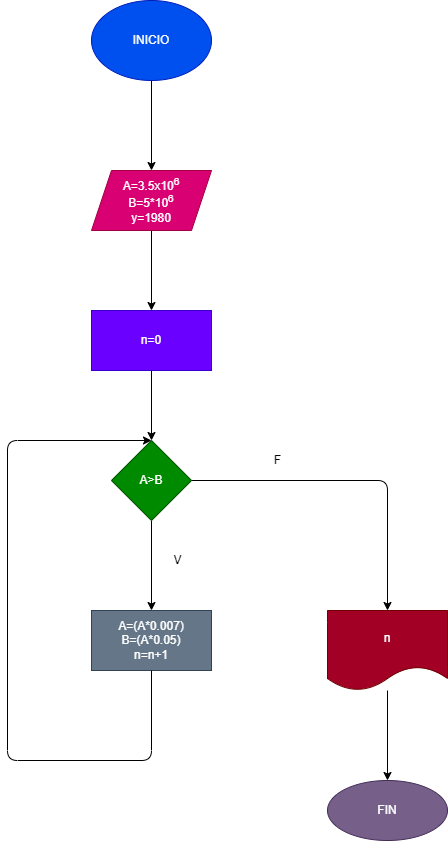
MiguelMurillo07/Tasa-de-crecimiento keeps this draw.io diagram as diagrama.png. Above is the earlier version. Source tidied: cells renumbered, new cells last; positions are measured from the earlier drawing's top-left corner, leaving out a move shared by most shapes.
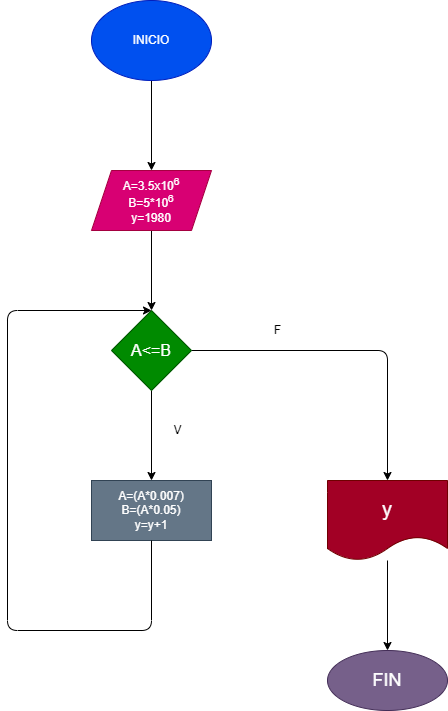
Later version of the same file.

Change to the diagram source:
```diff
@@ -6,20 +6,16 @@
       <mxGeometry relative="1" as="geometry" />
     </mxCell>
     <mxCell id="3" value="INICIO" style="ellipse;whiteSpace=wrap;html=1;fillColor=#0050ef;fontColor=#ffffff;strokeColor=#001DBC;" parent="1" vertex="1">
-      <mxGeometry x="84" width="120" height="80" as="geometry" />
+      <mxGeometry x="84" y="130" width="120" height="80" as="geometry" />
     </mxCell>
-    <mxCell id="4" style="edgeStyle=none;html=1;" parent="1" edge="1" source="5" target="7">
-      <mxGeometry relative="1" as="geometry" />
+    <mxCell id="4" style="edgeStyle=none;html=1;" parent="1" edge="1" source="5">
+      <mxGeometry relative="1" as="geometry">
+        <mxPoint x="144" y="440" as="targetPoint" />
+      </mxGeometry>
     </mxCell>
     <mxCell id="5" value="A=3.5x10&lt;sup&gt;6&lt;/sup&gt;&lt;br&gt;B=5*10&lt;sup&gt;6&lt;/sup&gt;&lt;br&gt;y=1980" style="shape=parallelogram;perimeter=parallelogramPerimeter;whiteSpace=wrap;html=1;fixedSize=1;fillColor=#d80073;fontColor=#ffffff;strokeColor=#A50040;" parent="1" vertex="1">
-      <mxGeometry x="84" y="170" width="120" height="60" as="geometry" />
+      <mxGeometry x="84" y="300" width="120" height="60" as="geometry" />
     </mxCell>
-    <mxCell id="6" style="edgeStyle=none;html=1;" parent="1" edge="1" source="7" target="10">
-      <mxGeometry relative="1" as="geometry" />
-    </mxCell>
-    <mxCell id="7" value="n=0&lt;br&gt;" style="whiteSpace=wrap;html=1;fillColor=#6a00ff;fontColor=#ffffff;strokeColor=#3700CC;" parent="1" vertex="1">
-      <mxGeometry x="84" y="310" width="120" height="60" as="geometry" />
-    </mxCell>
     <mxCell id="8" style="edgeStyle=none;html=1;" parent="1" edge="1" source="10" target="11">
       <mxGeometry relative="1" as="geometry" />
     </mxCell>
@@ -30,19 +26,19 @@
         </Array>
       </mxGeometry>
     </mxCell>
-    <mxCell id="10" value="A&amp;gt;B" style="rhombus;whiteSpace=wrap;html=1;fillColor=#008a00;fontColor=#ffffff;strokeColor=#005700;" parent="1" vertex="1">
+    <mxCell id="10" value="&lt;font style=&quot;font-size: 16px&quot;&gt;A&amp;lt;=B&lt;/font&gt;" style="rhombus;whiteSpace=wrap;html=1;fillColor=#008a00;fontColor=#ffffff;strokeColor=#005700;" parent="1" vertex="1">
       <mxGeometry x="104" y="440" width="80" height="80" as="geometry" />
     </mxCell>
-    <mxCell id="11" value="A=(A*0.007)&lt;br&gt;B=(A*0.05)&lt;br&gt;n=n+1" style="whiteSpace=wrap;html=1;fillColor=#647687;fontColor=#ffffff;strokeColor=#314354;" parent="1" vertex="1">
+    <mxCell id="11" value="A=(A*0.007)&lt;br&gt;B=(A*0.05)&lt;br&gt;y=y+1" style="whiteSpace=wrap;html=1;fillColor=#647687;fontColor=#ffffff;strokeColor=#314354;" parent="1" vertex="1">
       <mxGeometry x="84" y="610" width="120" height="60" as="geometry" />
     </mxCell>
     <mxCell id="12" style="edgeStyle=none;html=1;" parent="1" edge="1" source="13" target="14">
       <mxGeometry relative="1" as="geometry" />
     </mxCell>
-    <mxCell id="13" value="n" style="shape=document;whiteSpace=wrap;html=1;boundedLbl=1;fillColor=#a20025;fontColor=#ffffff;strokeColor=#6F0000;" parent="1" vertex="1">
+    <mxCell id="13" value="&lt;font style=&quot;font-size: 20px&quot;&gt;y&lt;/font&gt;" style="shape=document;whiteSpace=wrap;html=1;boundedLbl=1;fillColor=#a20025;fontColor=#ffffff;strokeColor=#6F0000;" parent="1" vertex="1">
       <mxGeometry x="320" y="610" width="120" height="80" as="geometry" />
     </mxCell>
-    <mxCell id="14" value="FIN" style="ellipse;whiteSpace=wrap;html=1;fillColor=#76608a;fontColor=#ffffff;strokeColor=#432D57;" parent="1" vertex="1">
+    <mxCell id="14" value="&lt;font style=&quot;font-size: 18px&quot;&gt;FIN&lt;/font&gt;" style="ellipse;whiteSpace=wrap;html=1;fillColor=#76608a;fontColor=#ffffff;strokeColor=#432D57;" parent="1" vertex="1">
       <mxGeometry x="320" y="780" width="120" height="60" as="geometry" />
     </mxCell>
     <mxCell id="15" style="endArrow=classic;html=1;entryX=0.5;entryY=0;entryDx=0;entryDy=0;" parent="1" edge="1" target="10">
```
